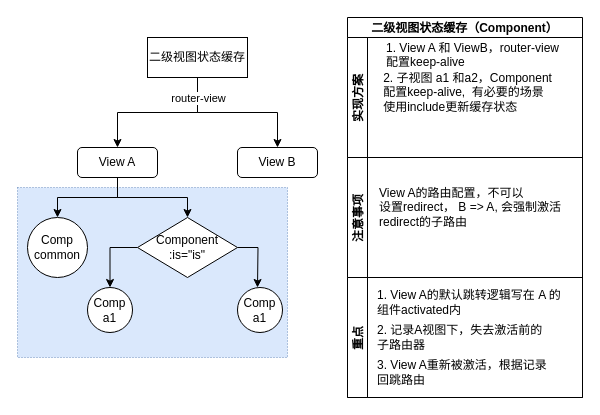
Above: page "第 4 页" (4 of 4) of 未命名绘图.drawio in LeoJ-cn/Diagrams (draw.io), before the change. Source tidied: cells renumbered, new cells numbered last; positions are measured from the earlier drawing's top-left corner, leaving out a move shared by most shapes. Both pictures are drawn from the tidied source at 100%, with x=0, y=0 at pixel (17, 17).
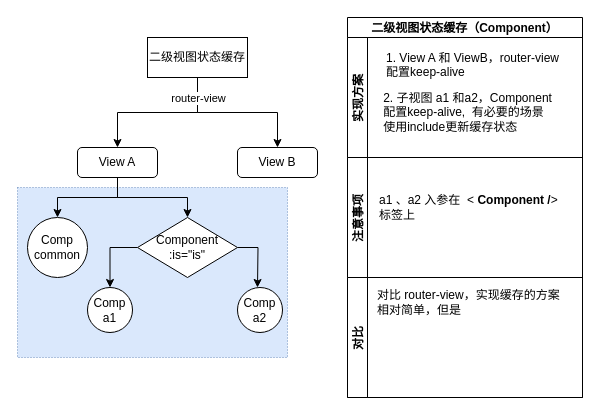
After the change.

Unchanged cells that the change refers to:
```xml
<mxCell id="17" value="二级视图状态缓存（Component）" style="swimlane;horizontal=1;startSize=20;" parent="1" vertex="1">
  <mxGeometry x="330" width="235" height="380" as="geometry" />
</mxCell>
<mxCell id="18" value="实现方案" style="swimlane;startSize=20;horizontal=0;" parent="17" vertex="1">
  <mxGeometry y="20" width="235" height="120" as="geometry" />
</mxCell>
<mxCell id="21" value="注意事项" style="swimlane;startSize=20;horizontal=0;" parent="17" vertex="1">
  <mxGeometry y="140" width="235" height="120" as="geometry" />
</mxCell>
```

Diff of the diagram source:
```diff
@@
-    <mxCell id="16" value="Comp&lt;br&gt;a1" style="ellipse;whiteSpace=wrap;html=1;" parent="1" vertex="1">
+    <mxCell id="16" value="Comp&lt;br&gt;a2" style="ellipse;whiteSpace=wrap;html=1;" parent="1" vertex="1">
       <mxGeometry x="220" y="270" width="45" height="45" as="geometry" />
     </mxCell>
@@
     <mxCell id="19" value="1. View A 和 ViewB，router-view&lt;br&gt;&lt;div style=&quot;text-align: left&quot;&gt;&lt;span&gt;配置&lt;/span&gt;&lt;span&gt;keep-alive&lt;/span&gt;&lt;/div&gt;&lt;div style=&quot;text-align: left&quot;&gt;&lt;span&gt;&lt;br&gt;&lt;/span&gt;&lt;/div&gt;" style="text;html=1;align=center;verticalAlign=middle;strokeColor=none;" parent="18" vertex="1">
-      <mxGeometry x="30" width="190" height="50" as="geometry" />
+      <mxGeometry x="30" y="10" width="190" height="50" as="geometry" />
     </mxCell>
     <mxCell id="20" value="2. 子视图 a1 和a2，&lt;span&gt;Component&lt;/span&gt;&lt;br&gt;&lt;div style=&quot;text-align: left&quot;&gt;配置keep-alive,&amp;nbsp; 有必要的场景&lt;/div&gt;&lt;div style=&quot;text-align: left&quot;&gt;使用include更新缓存状态&lt;/div&gt;" style="text;html=1;align=center;verticalAlign=middle;strokeColor=none;" parent="18" vertex="1">
-      <mxGeometry x="30" y="30" width="180" height="50" as="geometry" />
+      <mxGeometry x="30" y="50" width="180" height="50" as="geometry" />
     </mxCell>
@@
-    <mxCell id="22" value="View A的路由配置，不可以&lt;br&gt;设置redirect， B =&amp;gt; A, 会强制激活&lt;br&gt;redirect的子路由" style="text;html=1;align=left;verticalAlign=middle;strokeColor=none;" parent="21" vertex="1">
-      <mxGeometry x="30" y="25" width="200" height="50" as="geometry" />
+    <mxCell id="22" value="a1 、a2 入参在&amp;nbsp; &amp;lt;&lt;span style=&quot;font-weight: 700 ; text-align: center&quot;&gt;&amp;nbsp;Component /&lt;/span&gt;&amp;gt; &lt;br&gt;标签上" style="text;html=1;align=left;verticalAlign=middle;strokeColor=none;" parent="21" vertex="1">
+      <mxGeometry x="30" y="35" width="190" height="30" as="geometry" />
     </mxCell>
-    <mxCell id="23" value="重点" style="swimlane;startSize=20;horizontal=0;" parent="17" vertex="1">
+    <mxCell id="23" value="对比" style="swimlane;startSize=20;horizontal=0;" parent="17" vertex="1">
       <mxGeometry y="260" width="235" height="120" as="geometry" />
     </mxCell>
-    <mxCell id="24" value="1. View A的默认跳转逻辑写在 A 的&lt;br&gt;组件activated内" style="text;html=1;align=left;verticalAlign=middle;strokeColor=none;" parent="23" vertex="1">
+    <mxCell id="24" value="对比 router-view，实现缓存的方案&lt;br&gt;相对简单，但是" style="text;html=1;align=left;verticalAlign=middle;strokeColor=none;" parent="23" vertex="1">
       <mxGeometry x="27.5" y="10" width="200" height="30" as="geometry" />
     </mxCell>
-    <mxCell id="25" value="2. 记录A视图下，失去激活前的&lt;br&gt;子路由器" style="text;html=1;align=left;verticalAlign=middle;strokeColor=none;" parent="23" vertex="1">
-      <mxGeometry x="27.5" y="45" width="180" height="30" as="geometry" />
-    </mxCell>
-    <mxCell id="26" value="3. View A重新被激活，根据记录&lt;br&gt;回跳路由" style="text;html=1;align=left;verticalAlign=middle;strokeColor=none;" parent="23" vertex="1">
-      <mxGeometry x="27.5" y="80" width="190" height="30" as="geometry" />
-    </mxCell>
```
